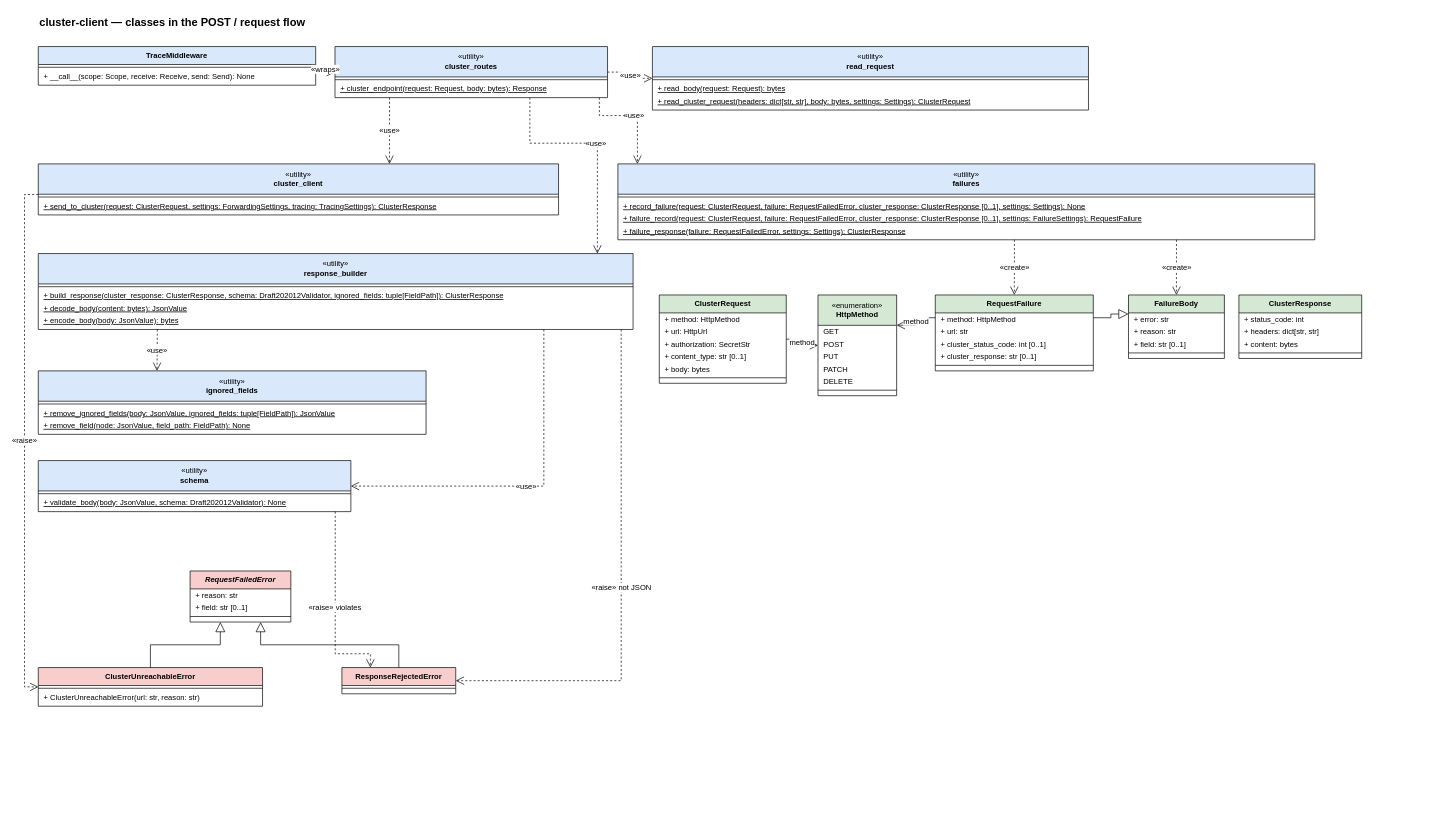
Earlier version of the draw.io diagram docs/diagrams/class-diagram.drawio (EliShteinman/cluster-client). Source tidied: cells renumbered, new cells numbered last; positions are measured from the earlier drawing's top-left corner, leaving out a move shared by most shapes. Both pictures are drawn from the tidied source at 69%, with x=0, y=0 at pixel (24, 12).
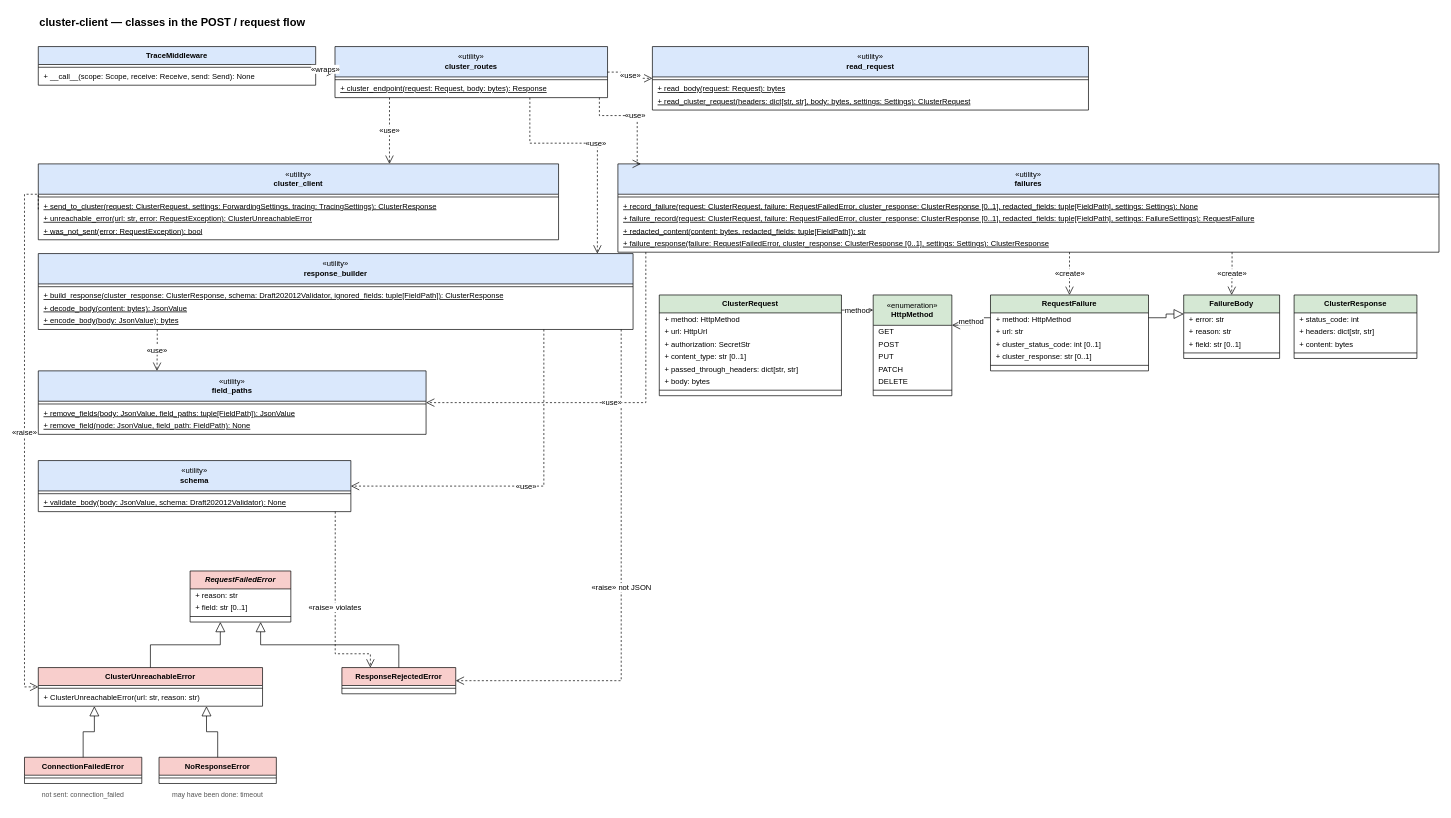
After the change.

Commit message (it also covers changes not shown here):
docs(diagrams): pass-through headers, failure codes and markers, redacted failure log

The change refers to these unchanged cells:
```xml
<mxCell id="67" value="&lt;b&gt;ClusterUnreachableError&lt;/b&gt;" style="swimlane;html=1;fontStyle=0;horizontal=1;startSize=26;whiteSpace=wrap;fillColor=#F8CECC;swimlaneFillColor=#FFFFFF;fontFamily=Helvetica;fontSize=11;" parent="1" vertex="1">
  <mxGeometry x="20" y="950" width="325" height="56" as="geometry" />
</mxCell>
```

What changed in the source:
```diff
@@
     <mxCell id="13" value="«utility»&lt;br&gt;&lt;b&gt;cluster_client&lt;/b&gt;" style="swimlane;html=1;fontStyle=0;horizontal=1;startSize=44;whiteSpace=wrap;fillColor=#DAE8FC;swimlaneFillColor=#FFFFFF;fontFamily=Helvetica;fontSize=11;" parent="1" vertex="1">
-      <mxGeometry x="20" y="220" width="754" height="74" as="geometry" />
+      <mxGeometry x="20" y="220" width="754" height="110" as="geometry" />
     </mxCell>
@@
+    <mxCell id="89" value="+ unreachable_error(url: str, error: RequestException): ClusterUnreachableError" style="text;strokeColor=none;fillColor=none;align=left;verticalAlign=middle;spacingLeft=6;spacingRight=4;overflow=hidden;fontStyle=4;fontFamily=Helvetica;fontSize=11;" parent="13" vertex="1">
+      <mxGeometry y="70" width="754" height="18" as="geometry" />
+    </mxCell>
+    <mxCell id="90" value="+ was_not_sent(error: RequestException): bool" style="text;strokeColor=none;fillColor=none;align=left;verticalAlign=middle;spacingLeft=6;spacingRight=4;overflow=hidden;fontStyle=4;fontFamily=Helvetica;fontSize=11;" parent="13" vertex="1">
+      <mxGeometry y="88" width="754" height="18" as="geometry" />
+    </mxCell>
@@
-    <mxCell id="21" value="«utility»&lt;br&gt;&lt;b&gt;ignored_fields&lt;/b&gt;" style="swimlane;html=1;fontStyle=0;horizontal=1;startSize=44;whiteSpace=wrap;fillColor=#DAE8FC;swimlaneFillColor=#FFFFFF;fontFamily=Helvetica;fontSize=11;" parent="1" vertex="1">
+    <mxCell id="21" value="«utility»&lt;br&gt;&lt;b&gt;field_paths&lt;/b&gt;" style="swimlane;html=1;fontStyle=0;horizontal=1;startSize=44;whiteSpace=wrap;fillColor=#DAE8FC;swimlaneFillColor=#FFFFFF;fontFamily=Helvetica;fontSize=11;" parent="1" vertex="1">
       <mxGeometry x="20" y="520" width="562" height="92" as="geometry" />
     </mxCell>
@@
-    <mxCell id="23" value="+ remove_ignored_fields(body: JsonValue, ignored_fields: tuple[FieldPath]): JsonValue" style="text;strokeColor=none;fillColor=none;align=left;verticalAlign=middle;spacingLeft=6;spacingRight=4;overflow=hidden;fontStyle=4;fontFamily=Helvetica;fontSize=11;" parent="21" vertex="1">
+    <mxCell id="23" value="+ remove_fields(body: JsonValue, field_paths: tuple[FieldPath]): JsonValue" style="text;strokeColor=none;fillColor=none;align=left;verticalAlign=middle;spacingLeft=6;spacingRight=4;overflow=hidden;fontStyle=4;fontFamily=Helvetica;fontSize=11;" parent="21" vertex="1">
       <mxGeometry y="52" width="562" height="18" as="geometry" />
     </mxCell>
@@
     <mxCell id="28" value="«utility»&lt;br&gt;&lt;b&gt;failures&lt;/b&gt;" style="swimlane;html=1;fontStyle=0;horizontal=1;startSize=44;whiteSpace=wrap;fillColor=#DAE8FC;swimlaneFillColor=#FFFFFF;fontFamily=Helvetica;fontSize=11;" parent="1" vertex="1">
-      <mxGeometry x="860" y="220" width="1010" height="110" as="geometry" />
+      <mxGeometry x="860" y="220" width="1190" height="128" as="geometry" />
     </mxCell>
     <mxCell id="29" style="line;strokeWidth=1;fillColor=none;align=left;verticalAlign=middle;spacingTop=-1;spacingLeft=3;spacingRight=3;labelPosition=right;" parent="28" vertex="1">
-      <mxGeometry y="44" width="1010" height="8" as="geometry" />
+      <mxGeometry y="44" width="1190" height="8" as="geometry" />
     </mxCell>
-    <mxCell id="30" value="+ record_failure(request: ClusterRequest, failure: RequestFailedError, cluster_response: ClusterResponse [0..1], settings: Settings): None" style="text;strokeColor=none;fillColor=none;align=left;verticalAlign=middle;spacingLeft=6;spacingRight=4;overflow=hidden;fontStyle=4;fontFamily=Helvetica;fontSize=11;" parent="28" vertex="1">
-      <mxGeometry y="52" width="1010" height="18" as="geometry" />
+    <mxCell id="30" value="+ record_failure(request: ClusterRequest, failure: RequestFailedError, cluster_response: ClusterResponse [0..1], redacted_fields: tuple[FieldPath], settings: Settings): None" style="text;strokeColor=none;fillColor=none;align=left;verticalAlign=middle;spacingLeft=6;spacingRight=4;overflow=hidden;fontStyle=4;fontFamily=Helvetica;fontSize=11;" parent="28" vertex="1">
+      <mxGeometry y="52" width="1190" height="18" as="geometry" />
     </mxCell>
-    <mxCell id="31" value="+ failure_record(request: ClusterRequest, failure: RequestFailedError, cluster_response: ClusterResponse [0..1], settings: FailureSettings): RequestFailure" style="text;strokeColor=none;fillColor=none;align=left;verticalAlign=middle;spacingLeft=6;spacingRight=4;overflow=hidden;fontStyle=4;fontFamily=Helvetica;fontSize=11;" parent="28" vertex="1">
-      <mxGeometry y="70" width="1010" height="18" as="geometry" />
+    <mxCell id="31" value="+ failure_record(request: ClusterRequest, failure: RequestFailedError, cluster_response: ClusterResponse [0..1], redacted_fields: tuple[FieldPath], settings: FailureSettings): RequestFailure" style="text;strokeColor=none;fillColor=none;align=left;verticalAlign=middle;spacingLeft=6;spacingRight=4;overflow=hidden;fontStyle=4;fontFamily=Helvetica;fontSize=11;" parent="28" vertex="1">
+      <mxGeometry y="70" width="1190" height="18" as="geometry" />
     </mxCell>
+    <mxCell id="91" value="+ redacted_content(content: bytes, redacted_fields: tuple[FieldPath]): str" style="text;strokeColor=none;fillColor=none;align=left;verticalAlign=middle;spacingLeft=6;spacingRight=4;overflow=hidden;fontStyle=4;fontFamily=Helvetica;fontSize=11;" parent="28" vertex="1">
+      <mxGeometry y="88" width="1190" height="18" as="geometry" />
+    </mxCell>
-    <mxCell id="32" value="+ failure_response(failure: RequestFailedError, settings: Settings): ClusterResponse" style="text;strokeColor=none;fillColor=none;align=left;verticalAlign=middle;spacingLeft=6;spacingRight=4;overflow=hidden;fontStyle=4;fontFamily=Helvetica;fontSize=11;" parent="28" vertex="1">
-      <mxGeometry y="88" width="1010" height="18" as="geometry" />
+    <mxCell id="32" value="+ failure_response(failure: RequestFailedError, cluster_response: ClusterResponse [0..1], settings: Settings): ClusterResponse" style="text;strokeColor=none;fillColor=none;align=left;verticalAlign=middle;spacingLeft=6;spacingRight=4;overflow=hidden;fontStyle=4;fontFamily=Helvetica;fontSize=11;" parent="28" vertex="1">
+      <mxGeometry y="106" width="1190" height="18" as="geometry" />
     </mxCell>
     <mxCell id="33" value="&lt;b&gt;ClusterRequest&lt;/b&gt;" style="swimlane;html=1;fontStyle=0;horizontal=1;startSize=26;whiteSpace=wrap;fillColor=#D5E8D4;swimlaneFillColor=#FFFFFF;fontFamily=Helvetica;fontSize=11;" parent="1" vertex="1">
-      <mxGeometry x="920" y="410" width="184" height="128" as="geometry" />
+      <mxGeometry x="920" y="410" width="264" height="146" as="geometry" />
     </mxCell>
     <mxCell id="34" value="+ method: HttpMethod" style="text;strokeColor=none;fillColor=none;align=left;verticalAlign=middle;spacingLeft=6;spacingRight=4;overflow=hidden;fontStyle=0;fontFamily=Helvetica;fontSize=11;" parent="33" vertex="1">
-      <mxGeometry y="26" width="184" height="18" as="geometry" />
+      <mxGeometry y="26" width="264" height="18" as="geometry" />
     </mxCell>
     <mxCell id="35" value="+ url: HttpUrl" style="text;strokeColor=none;fillColor=none;align=left;verticalAlign=middle;spacingLeft=6;spacingRight=4;overflow=hidden;fontStyle=0;fontFamily=Helvetica;fontSize=11;" parent="33" vertex="1">
-      <mxGeometry y="44" width="184" height="18" as="geometry" />
+      <mxGeometry y="44" width="264" height="18" as="geometry" />
     </mxCell>
     <mxCell id="36" value="+ authorization: SecretStr" style="text;strokeColor=none;fillColor=none;align=left;verticalAlign=middle;spacingLeft=6;spacingRight=4;overflow=hidden;fontStyle=0;fontFamily=Helvetica;fontSize=11;" parent="33" vertex="1">
-      <mxGeometry y="62" width="184" height="18" as="geometry" />
+      <mxGeometry y="62" width="264" height="18" as="geometry" />
     </mxCell>
     <mxCell id="37" value="+ content_type: str [0..1]" style="text;strokeColor=none;fillColor=none;align=left;verticalAlign=middle;spacingLeft=6;spacingRight=4;overflow=hidden;fontStyle=0;fontFamily=Helvetica;fontSize=11;" parent="33" vertex="1">
-      <mxGeometry y="80" width="184" height="18" as="geometry" />
+      <mxGeometry y="80" width="264" height="18" as="geometry" />
     </mxCell>
+    <mxCell id="92" value="+ passed_through_headers: dict[str, str]" style="text;strokeColor=none;fillColor=none;align=left;verticalAlign=middle;spacingLeft=6;spacingRight=4;overflow=hidden;fontStyle=0;fontFamily=Helvetica;fontSize=11;" parent="33" vertex="1">
+      <mxGeometry y="98" width="264" height="18" as="geometry" />
+    </mxCell>
     <mxCell id="38" value="+ body: bytes" style="text;strokeColor=none;fillColor=none;align=left;verticalAlign=middle;spacingLeft=6;spacingRight=4;overflow=hidden;fontStyle=0;fontFamily=Helvetica;fontSize=11;" parent="33" vertex="1">
-      <mxGeometry y="98" width="184" height="18" as="geometry" />
+      <mxGeometry y="116" width="264" height="18" as="geometry" />
     </mxCell>
     <mxCell id="39" style="line;strokeWidth=1;fillColor=none;align=left;verticalAlign=middle;spacingTop=-1;spacingLeft=3;spacingRight=3;labelPosition=right;" parent="33" vertex="1">
-      <mxGeometry y="116" width="184" height="8" as="geometry" />
+      <mxGeometry y="134" width="264" height="8" as="geometry" />
     </mxCell>
     <mxCell id="40" value="«enumeration»&lt;br&gt;&lt;b&gt;HttpMethod&lt;/b&gt;" style="swimlane;html=1;fontStyle=0;horizontal=1;startSize=44;whiteSpace=wrap;fillColor=#D5E8D4;swimlaneFillColor=#FFFFFF;fontFamily=Helvetica;fontSize=11;" parent="1" vertex="1">
-      <mxGeometry x="1150" y="410" width="114" height="146" as="geometry" />
+      <mxGeometry x="1230" y="410" width="114" height="146" as="geometry" />
     </mxCell>
@@
     <mxCell id="47" value="&lt;b&gt;ClusterResponse&lt;/b&gt;" style="swimlane;html=1;fontStyle=0;horizontal=1;startSize=26;whiteSpace=wrap;fillColor=#D5E8D4;swimlaneFillColor=#FFFFFF;fontFamily=Helvetica;fontSize=11;" parent="1" vertex="1">
-      <mxGeometry x="1760" y="410" width="178" height="92" as="geometry" />
+      <mxGeometry x="1840" y="410" width="178" height="92" as="geometry" />
     </mxCell>
@@
     <mxCell id="52" value="&lt;b&gt;RequestFailure&lt;/b&gt;" style="swimlane;html=1;fontStyle=0;horizontal=1;startSize=26;whiteSpace=wrap;fillColor=#D5E8D4;swimlaneFillColor=#FFFFFF;fontFamily=Helvetica;fontSize=11;" parent="1" vertex="1">
-      <mxGeometry x="1320" y="410" width="229" height="110" as="geometry" />
+      <mxGeometry x="1400" y="410" width="229" height="110" as="geometry" />
     </mxCell>
@@
     <mxCell id="58" value="&lt;b&gt;FailureBody&lt;/b&gt;" style="swimlane;html=1;fontStyle=0;horizontal=1;startSize=26;whiteSpace=wrap;fillColor=#D5E8D4;swimlaneFillColor=#FFFFFF;fontFamily=Helvetica;fontSize=11;" parent="1" vertex="1">
-      <mxGeometry x="1600" y="410" width="139" height="92" as="geometry" />
+      <mxGeometry x="1680" y="410" width="139" height="92" as="geometry" />
     </mxCell>
@@
-    <mxCell id="74" value="method" style="edgeStyle=orthogonalEdgeStyle;rounded=0;html=1;endArrow=open;endFill=0;endSize=10;fontFamily=Helvetica;fontSize=11;" parent="1" edge="1" source="33" target="40">
+    <mxCell id="74" value="method" style="edgeStyle=orthogonalEdgeStyle;rounded=0;html=1;endArrow=open;endFill=0;endSize=10;fontFamily=Helvetica;fontSize=11;exitX=1;exitY=0.15;exitDx=0;exitDy=0;entryX=0;entryY=0.15;entryDx=0;entryDy=0;" parent="1" edge="1" source="33" target="40">
       <mxGeometry relative="1" as="geometry" />
     </mxCell>
@@
-    <mxCell id="84" value="«create»" style="edgeStyle=orthogonalEdgeStyle;rounded=0;html=1;endArrow=open;endFill=0;dashed=1;endSize=10;fontFamily=Helvetica;fontSize=11;exitX=0.569;exitY=1;exitDx=0;exitDy=0;entryX=0.5;entryY=0;entryDx=0;entryDy=0;" parent="1" edge="1" source="28" target="52">
+    <mxCell id="84" value="«create»" style="edgeStyle=orthogonalEdgeStyle;rounded=0;html=1;endArrow=open;endFill=0;dashed=1;endSize=10;fontFamily=Helvetica;fontSize=11;exitX=0.55;exitY=1;exitDx=0;exitDy=0;entryX=0.5;entryY=0;entryDx=0;entryDy=0;" parent="1" edge="1" source="28" target="52">
       <mxGeometry relative="1" as="geometry" />
     </mxCell>
-    <mxCell id="85" value="«create»" style="edgeStyle=orthogonalEdgeStyle;rounded=0;html=1;endArrow=open;endFill=0;dashed=1;endSize=10;fontFamily=Helvetica;fontSize=11;exitX=0.8015;exitY=1;exitDx=0;exitDy=0;entryX=0.5;entryY=0;entryDx=0;entryDy=0;" parent="1" edge="1" source="28" target="58">
+    <mxCell id="85" value="«create»" style="edgeStyle=orthogonalEdgeStyle;rounded=0;html=1;endArrow=open;endFill=0;dashed=1;endSize=10;fontFamily=Helvetica;fontSize=11;exitX=0.748;exitY=1;exitDx=0;exitDy=0;entryX=0.5;entryY=0;entryDx=0;entryDy=0;" parent="1" edge="1" source="28" target="58">
       <mxGeometry relative="1" as="geometry" />
     </mxCell>
@@
+    <mxCell id="93" value="&lt;b&gt;ConnectionFailedError&lt;/b&gt;" style="swimlane;html=1;fontStyle=0;horizontal=1;startSize=26;whiteSpace=wrap;fillColor=#F8CECC;swimlaneFillColor=#FFFFFF;fontFamily=Helvetica;fontSize=11;" parent="1" vertex="1">
+      <mxGeometry y="1080" width="170" height="38" as="geometry" />
+    </mxCell>
+    <mxCell id="94" style="line;strokeWidth=1;fillColor=none;align=left;verticalAlign=middle;spacingTop=-1;spacingLeft=3;spacingRight=3;labelPosition=right;" parent="93" vertex="1">
+      <mxGeometry y="26" width="170" height="8" as="geometry" />
+    </mxCell>
+    <mxCell id="95" value="not sent: connection_failed" style="text;html=1;strokeColor=none;fillColor=none;align=center;verticalAlign=top;whiteSpace=wrap;fontFamily=Helvetica;fontSize=10;fontColor=#555555;" parent="1" vertex="1">
+      <mxGeometry y="1122" width="170" height="30" as="geometry" />
+    </mxCell>
+    <mxCell id="96" style="edgeStyle=orthogonalEdgeStyle;rounded=0;html=1;endArrow=block;endFill=0;endSize=12;fontFamily=Helvetica;fontSize=11;exitX=0.5;exitY=0;exitDx=0;exitDy=0;entryX=0.25;entryY=1;entryDx=0;entryDy=0;" parent="1" edge="1" source="93" target="67">
+      <mxGeometry relative="1" as="geometry" />
+    </mxCell>
+    <mxCell id="97" value="&lt;b&gt;NoResponseError&lt;/b&gt;" style="swimlane;html=1;fontStyle=0;horizontal=1;startSize=26;whiteSpace=wrap;fillColor=#F8CECC;swimlaneFillColor=#FFFFFF;fontFamily=Helvetica;fontSize=11;" parent="1" vertex="1">
+      <mxGeometry x="195" y="1080" width="170" height="38" as="geometry" />
+    </mxCell>
+    <mxCell id="98" style="line;strokeWidth=1;fillColor=none;align=left;verticalAlign=middle;spacingTop=-1;spacingLeft=3;spacingRight=3;labelPosition=right;" parent="97" vertex="1">
+      <mxGeometry y="26" width="170" height="8" as="geometry" />
+    </mxCell>
+    <mxCell id="99" value="may have been done: timeout" style="text;html=1;strokeColor=none;fillColor=none;align=center;verticalAlign=top;whiteSpace=wrap;fontFamily=Helvetica;fontSize=10;fontColor=#555555;" parent="1" vertex="1">
+      <mxGeometry x="195" y="1122" width="170" height="30" as="geometry" />
+    </mxCell>
+    <mxCell id="100" style="edgeStyle=orthogonalEdgeStyle;rounded=0;html=1;endArrow=block;endFill=0;endSize=12;fontFamily=Helvetica;fontSize=11;exitX=0.5;exitY=0;exitDx=0;exitDy=0;entryX=0.75;entryY=1;entryDx=0;entryDy=0;" parent="1" edge="1" source="97" target="67">
+      <mxGeometry relative="1" as="geometry" />
+    </mxCell>
+    <mxCell id="101" value="«use»" style="edgeStyle=orthogonalEdgeStyle;rounded=0;html=1;endArrow=open;endFill=0;dashed=1;endSize=10;fontFamily=Helvetica;fontSize=11;exitX=0.034;exitY=1;exitDx=0;exitDy=0;entryX=1;entryY=0.5;entryDx=0;entryDy=0;" parent="1" edge="1" source="28" target="21">
+      <mxGeometry relative="1" as="geometry">
+        <Array as="points">
+          <mxPoint x="900" y="566" />
+        </Array>
+      </mxGeometry>
+    </mxCell>
```
